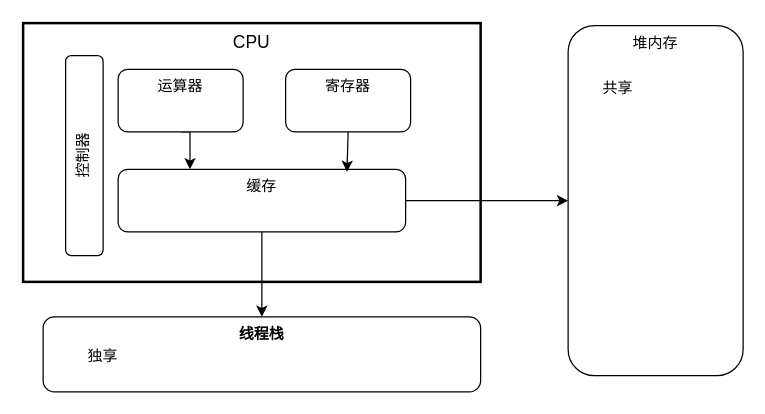
Above: java线程特性.drawio in JamethCook/drowView (draw.io), before the change. Source tidied: cells renumbered, new cells numbered last; positions are measured from the earlier drawing's top-left corner, leaving out a move shared by most shapes. Both pictures are drawn from the tidied source at 125%, with x=0, y=0 at pixel (22, 22).
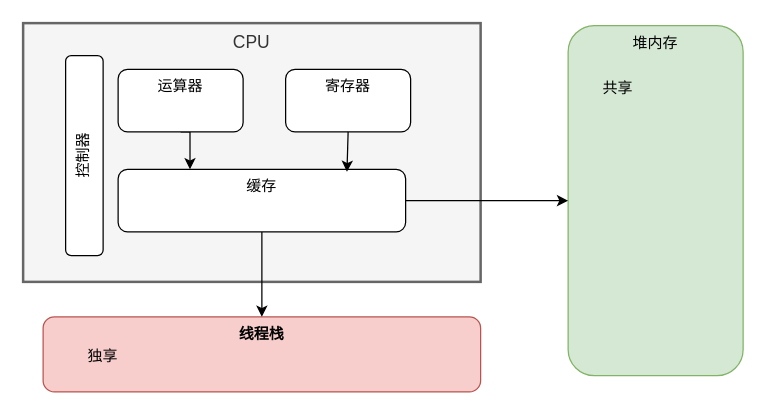
Above is the later version.

Commit message:
更新java线程特性.drawio

Change to the diagram source:
```diff
@@
 <mxGraphModel>
   <root>
     <mxCell id="0" />
     <mxCell id="1" parent="0" />
-    <mxCell id="2" value="CPU" style="rounded=0;whiteSpace=wrap;html=1;strokeWidth=2;fontSize=14;verticalAlign=top;" parent="1" vertex="1">
+    <mxCell id="2" value="CPU" style="rounded=0;whiteSpace=wrap;html=1;strokeWidth=2;fontSize=14;verticalAlign=top;fillColor=#f5f5f5;fontColor=#333333;strokeColor=#666666;" parent="1" vertex="1">
       <mxGeometry width="366" height="207" as="geometry" />
     </mxCell>
-    <mxCell id="3" value="线程栈" style="rounded=1;whiteSpace=wrap;html=1;verticalAlign=top;fontStyle=1;" parent="1" vertex="1">
+    <mxCell id="3" value="线程栈" style="rounded=1;whiteSpace=wrap;html=1;verticalAlign=top;fontStyle=1;fillColor=#f8cecc;strokeColor=#b85450;" parent="1" vertex="1">
       <mxGeometry x="16" y="235" width="350" height="60" as="geometry" />
     </mxCell>
-    <mxCell id="4" value="堆内存" style="rounded=1;whiteSpace=wrap;html=1;verticalAlign=top;" parent="1" vertex="1">
+    <mxCell id="4" value="堆内存" style="rounded=1;whiteSpace=wrap;html=1;verticalAlign=top;fillColor=#d5e8d4;strokeColor=#82b366;" parent="1" vertex="1">
       <mxGeometry x="436" y="2" width="140" height="280" as="geometry" />
     </mxCell>
     <mxCell id="5" style="edgeStyle=orthogonalEdgeStyle;rounded=0;jettySize=auto;html=1;" parent="1" edge="1" source="7" target="3">
       <mxGeometry relative="1" as="geometry" />
     </mxCell>
     <mxCell id="6" style="edgeStyle=orthogonalEdgeStyle;rounded=0;jettySize=auto;html=1;entryX=0;entryY=0.5;entryDx=0;entryDy=0;" parent="1" edge="1" source="7" target="4">
       <mxGeometry relative="1" as="geometry" />
     </mxCell>
     <mxCell id="7" value="缓存" style="rounded=1;whiteSpace=wrap;html=1;verticalAlign=top;" parent="1" vertex="1">
       <mxGeometry x="76" y="117" width="230" height="50" as="geometry" />
     </mxCell>
     <mxCell id="8" style="edgeStyle=orthogonalEdgeStyle;rounded=0;jettySize=auto;html=1;exitX=0.5;exitY=1;exitDx=0;exitDy=0;entryX=0.25;entryY=0;entryDx=0;entryDy=0;" parent="1" edge="1" source="9" target="7">
       <mxGeometry relative="1" as="geometry" />
     </mxCell>
     <mxCell id="9" value="运算器" style="rounded=1;whiteSpace=wrap;html=1;verticalAlign=top;" parent="1" vertex="1">
       <mxGeometry x="76" y="37" width="100" height="50" as="geometry" />
     </mxCell>
     <mxCell id="10" value="寄存器" style="rounded=1;whiteSpace=wrap;html=1;verticalAlign=top;" parent="1" vertex="1">
       <mxGeometry x="210" y="37" width="100" height="50" as="geometry" />
     </mxCell>
     <mxCell id="11" style="edgeStyle=orthogonalEdgeStyle;rounded=0;jettySize=auto;html=1;exitX=0.5;exitY=1;exitDx=0;exitDy=0;entryX=0.796;entryY=0.04;entryDx=0;entryDy=0;entryPerimeter=0;" parent="1" edge="1" source="10" target="7">
       <mxGeometry relative="1" as="geometry" />
     </mxCell>
     <mxCell id="12" value="控制器" style="rounded=1;whiteSpace=wrap;html=1;verticalAlign=top;horizontal=0;" parent="1" vertex="1">
       <mxGeometry x="34" y="26" width="30" height="160" as="geometry" />
     </mxCell>
     <mxCell id="13" value="独享" style="text;html=1;align=center;verticalAlign=middle;whiteSpace=wrap;rounded=0;" parent="1" vertex="1">
       <mxGeometry x="34" y="252" width="60" height="30" as="geometry" />
     </mxCell>
     <mxCell id="14" value="共享" style="text;html=1;align=center;verticalAlign=middle;whiteSpace=wrap;rounded=0;" parent="1" vertex="1">
       <mxGeometry x="446" y="37" width="60" height="30" as="geometry" />
     </mxCell>
   </root>
 </mxGraphModel>
```
